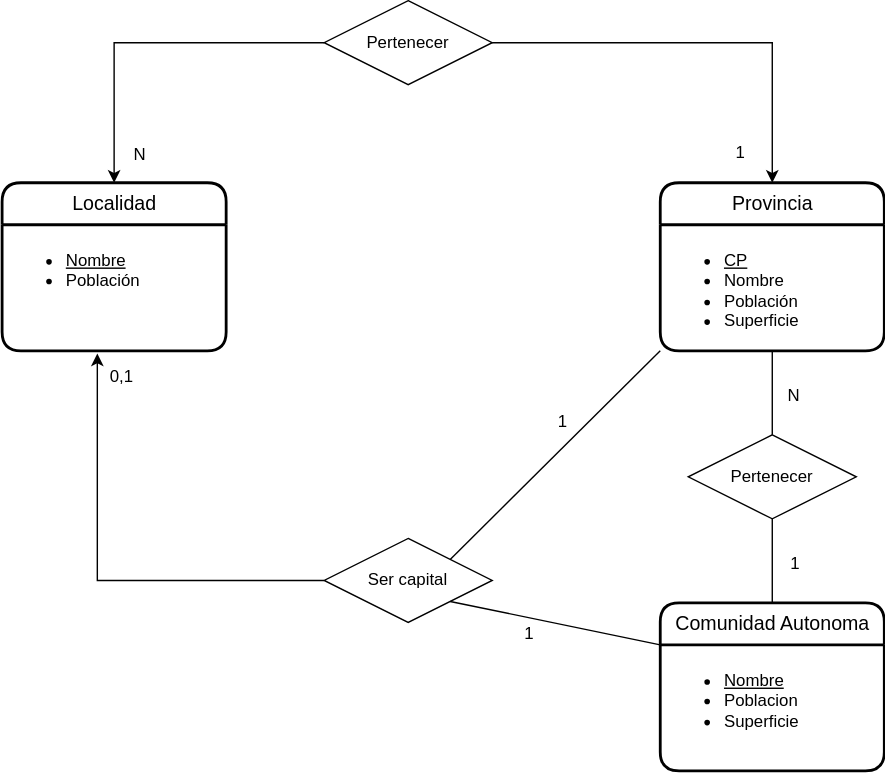
Before: UD12-03.svg, a diagram exported from draw.io (Jimxx22/C3-UD11-UML). Source tidied: cells renumbered, new cells last; positions are measured from the earlier drawing's top-left corner, leaving out a move shared by most shapes.
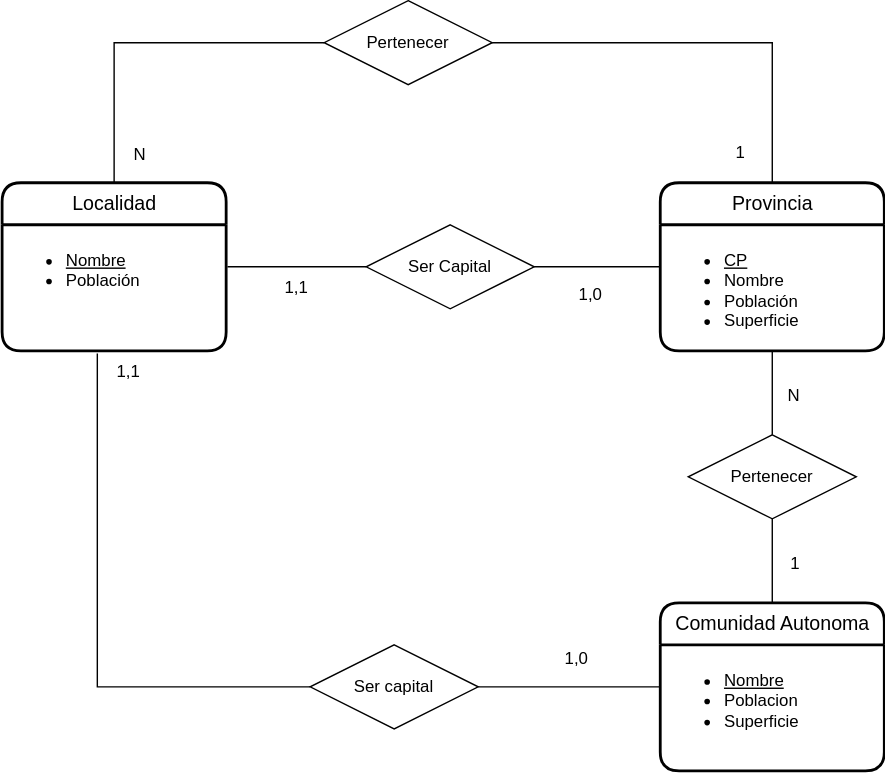
After the change.

What changed in the source:
```diff
@@ -27,11 +27,11 @@
         <mxPoint x="20" y="40" as="offset" />
       </mxGeometry>
     </mxCell>
-    <mxCell id="9" style="edgeStyle=orthogonalEdgeStyle;rounded=0;jettySize=auto;html=1;exitX=0;exitY=0.5;exitDx=0;exitDy=0;entryX=0.425;entryY=1.022;entryDx=0;entryDy=0;entryPerimeter=0;" parent="1" edge="1" source="10" target="3">
+    <mxCell id="9" style="edgeStyle=orthogonalEdgeStyle;rounded=0;jettySize=auto;html=1;exitX=0;exitY=0.5;exitDx=0;exitDy=0;entryX=0.425;entryY=1.022;entryDx=0;entryDy=0;entryPerimeter=0;endArrow=none;endFill=0;" parent="1" edge="1" source="10" target="3">
       <mxGeometry relative="1" as="geometry" />
     </mxCell>
     <mxCell id="10" value="Ser capital" style="shape=rhombus;perimeter=rhombusPerimeter;whiteSpace=wrap;html=1;align=center;" parent="1" vertex="1">
-      <mxGeometry x="230" y="384" width="120" height="60" as="geometry" />
+      <mxGeometry x="220" y="460" width="120" height="60" as="geometry" />
     </mxCell>
     <mxCell id="11" value="Provincia" style="swimlane;horizontal=1;startSize=30;rounded=1;fontSize=14;fontStyle=0;strokeWidth=2;shadow=0;dashed=0;align=center;glass=0;fillColor=default;html=1;" parent="1" vertex="1">
       <mxGeometry x="470" y="130" width="160" height="120" as="geometry" />
@@ -45,29 +45,21 @@
     <mxCell id="14" value="&lt;ul&gt;&lt;li&gt;&lt;u&gt;Nombre&lt;/u&gt;&lt;/li&gt;&lt;li&gt;Poblacion&lt;/li&gt;&lt;li&gt;&lt;span style=&quot;background-color: initial;&quot;&gt;Superficie&lt;/span&gt;&lt;br&gt;&lt;/li&gt;&lt;/ul&gt;" style="align=left;strokeColor=none;fillColor=none;spacingLeft=4;fontSize=12;verticalAlign=top;rounded=0;glass=0;html=1;" parent="13" vertex="1">
       <mxGeometry y="30" width="160" height="90" as="geometry" />
     </mxCell>
-    <mxCell id="15" style="endArrow=none;html=1;rounded=0;exitX=1;exitY=1;exitDx=0;exitDy=0;entryX=0;entryY=0.25;entryDx=0;entryDy=0;" parent="1" edge="1" source="10" target="13">
-      <mxGeometry relative="1" as="geometry" />
+    <mxCell id="15" style="endArrow=none;html=1;rounded=0;exitX=1;exitY=0.5;exitDx=0;exitDy=0;" parent="1" edge="1" source="10">
+      <mxGeometry relative="1" as="geometry">
+        <mxPoint x="470" y="490" as="targetPoint" />
+      </mxGeometry>
     </mxCell>
-    <mxCell id="16" value="1" style="html=1;align=right;verticalAlign=bottom;" parent="15" vertex="1">
-      <mxGeometry x="1" relative="1" as="geometry">
-        <mxPoint x="-90" as="offset" />
-      </mxGeometry>
-    </mxCell>
-    <mxCell id="17" value="1" style="html=1;align=right;verticalAlign=bottom;" parent="1" vertex="1">
-      <mxGeometry x="389.8" y="469.9" as="geometry">
-        <mxPoint x="14" y="-161" as="offset" />
-      </mxGeometry>
-    </mxCell>
-    <mxCell id="18" style="edgeStyle=orthogonalEdgeStyle;rounded=0;jettySize=auto;html=1;exitX=0;exitY=0.5;exitDx=0;exitDy=0;entryX=0.5;entryY=0;entryDx=0;entryDy=0;" parent="1" edge="1" source="20" target="2">
+    <mxCell id="18" style="edgeStyle=orthogonalEdgeStyle;rounded=0;jettySize=auto;html=1;exitX=0;exitY=0.5;exitDx=0;exitDy=0;entryX=0.5;entryY=0;entryDx=0;entryDy=0;endArrow=none;endFill=0;" parent="1" edge="1" source="20" target="2">
       <mxGeometry relative="1" as="geometry" />
     </mxCell>
-    <mxCell id="19" style="edgeStyle=orthogonalEdgeStyle;rounded=0;jettySize=auto;html=1;exitX=1;exitY=0.5;exitDx=0;exitDy=0;entryX=0.5;entryY=0;entryDx=0;entryDy=0;" parent="1" edge="1" source="20" target="11">
+    <mxCell id="19" style="edgeStyle=orthogonalEdgeStyle;rounded=0;jettySize=auto;html=1;exitX=1;exitY=0.5;exitDx=0;exitDy=0;entryX=0.5;entryY=0;entryDx=0;entryDy=0;endArrow=none;endFill=0;" parent="1" edge="1" source="20" target="11">
       <mxGeometry relative="1" as="geometry" />
     </mxCell>
     <mxCell id="20" value="Pertenecer" style="shape=rhombus;perimeter=rhombusPerimeter;whiteSpace=wrap;html=1;align=center;" parent="1" vertex="1">
       <mxGeometry x="230" width="120" height="60" as="geometry" />
     </mxCell>
-    <mxCell id="21" style="endArrow=none;html=1;rounded=0;exitX=1;exitY=0;exitDx=0;exitDy=0;entryX=0;entryY=1;entryDx=0;entryDy=0;" parent="1" edge="1" source="10" target="12">
+    <mxCell id="21" style="endArrow=none;html=1;rounded=0;exitX=1;exitY=0.5;exitDx=0;exitDy=0;entryX=0;entryY=0.5;entryDx=0;entryDy=0;" parent="1" edge="1" source="25" target="11">
       <mxGeometry relative="1" as="geometry" />
     </mxCell>
     <mxCell id="22" value="N" style="html=1;align=right;verticalAlign=bottom;" parent="1" vertex="1">
@@ -80,10 +72,23 @@
         <mxPoint x="-119" y="-233" as="offset" />
       </mxGeometry>
     </mxCell>
-    <mxCell id="24" value="0,1" style="html=1;align=right;verticalAlign=bottom;" parent="1" vertex="1">
-      <mxGeometry x="400" y="469.9" as="geometry">
-        <mxPoint x="-306" y="-193" as="offset" />
-      </mxGeometry>
-    </mxCell>
+    <mxCell id="25" value="Ser Capital" style="shape=rhombus;perimeter=rhombusPerimeter;whiteSpace=wrap;html=1;align=center;labelBackgroundColor=none;" parent="1" vertex="1">
+      <mxGeometry x="260" y="160" width="120" height="60" as="geometry" />
+    </mxCell>
+    <mxCell id="26" value="1,0" style="text;html=1;align=center;verticalAlign=middle;strokeColor=none;fillColor=none;" parent="1" vertex="1">
+      <mxGeometry x="400" y="195" width="40" height="30" as="geometry" />
+    </mxCell>
+    <mxCell id="27" style="endArrow=none;html=1;rounded=0;labelBackgroundColor=none;exitX=1.006;exitY=0.333;exitDx=0;exitDy=0;exitPerimeter=0;entryX=0;entryY=0.5;entryDx=0;entryDy=0;" parent="1" edge="1" source="3" target="25">
+      <mxGeometry relative="1" as="geometry" />
+    </mxCell>
+    <mxCell id="28" value="1,1" style="text;html=1;align=center;verticalAlign=middle;strokeColor=none;fillColor=none;" parent="1" vertex="1">
+      <mxGeometry x="190" y="190" width="40" height="30" as="geometry" />
+    </mxCell>
+    <mxCell id="29" value="1,0" style="text;html=1;align=center;verticalAlign=middle;strokeColor=none;fillColor=none;" parent="1" vertex="1">
+      <mxGeometry x="390" y="455" width="40" height="30" as="geometry" />
+    </mxCell>
+    <mxCell id="30" value="1,1" style="text;html=1;align=center;verticalAlign=middle;strokeColor=none;fillColor=none;" parent="1" vertex="1">
+      <mxGeometry x="70" y="250" width="40" height="30" as="geometry" />
+    </mxCell>
   </root>
 </mxGraphModel>
```
